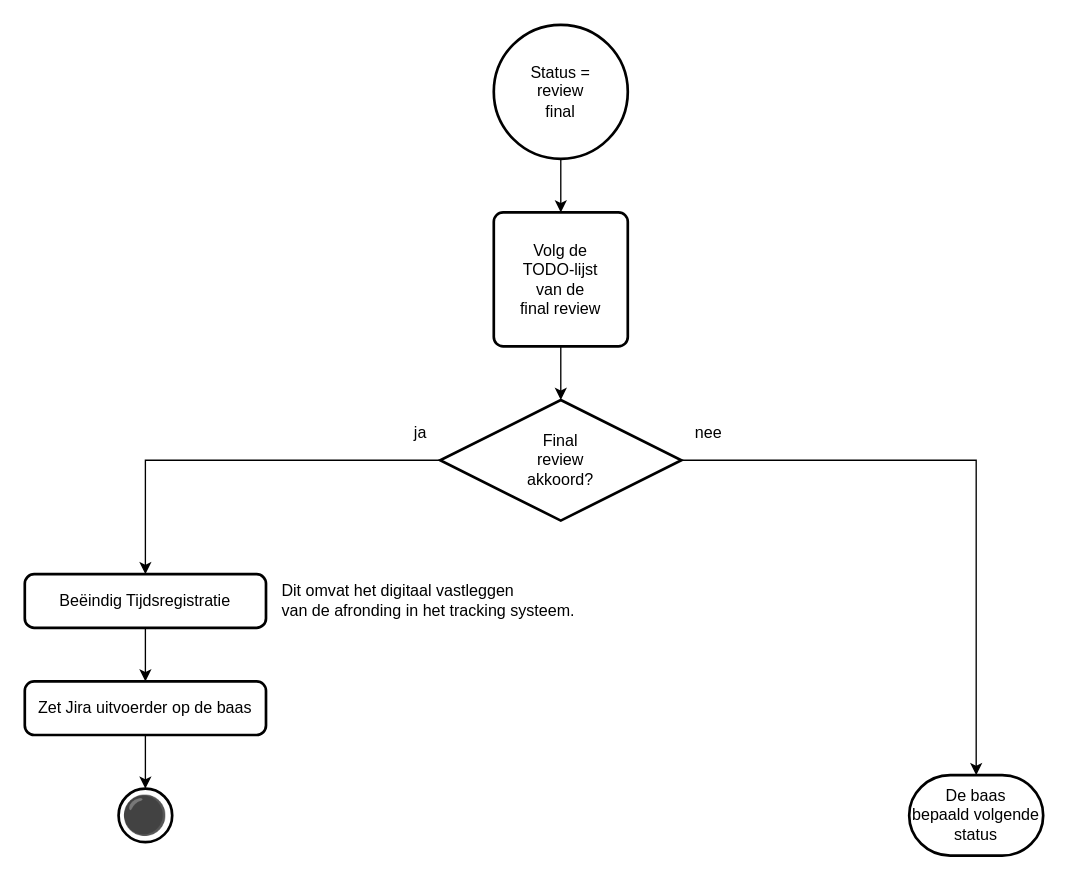
The draw.io diagram 3 Issue Tracker review.drawio in Zaibatsu89/IssueTracker, before the edit. Source tidied: cells renumbered, new cells numbered last; positions are measured from the earlier drawing's top-left corner, leaving out a move shared by most shapes. Both pictures are drawn from the tidied source at 134%, with x=0, y=0 at pixel (24, 24).
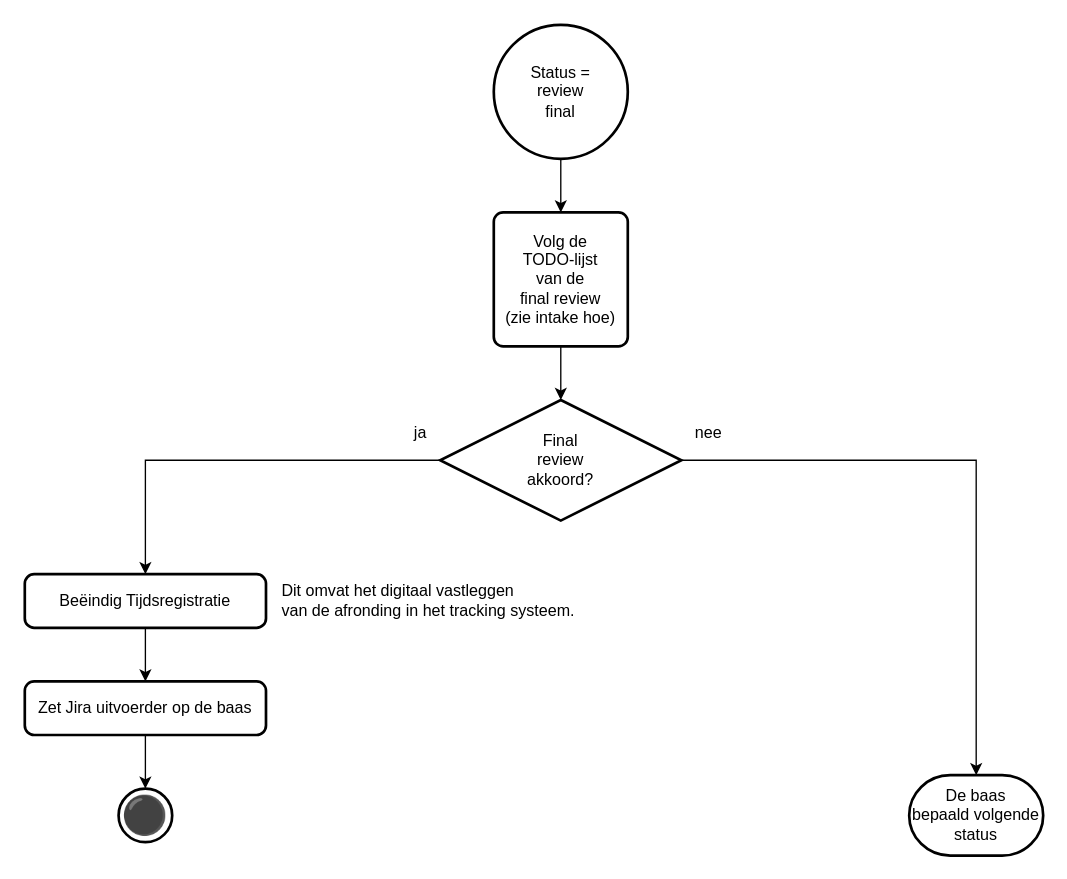
The same diagram, later.

Commit message (it also covers changes not shown here):
loop in loop: TODO-lijst + cheklijst

What changed in the source:
```diff
@@
 <mxGraphModel>
   <root>
     <mxCell id="0" />
     <mxCell id="1" parent="0" />
     <mxCell id="2" style="edgeStyle=orthogonalEdgeStyle;rounded=0;jettySize=auto;html=1;" parent="1" edge="1" source="3" target="17">
       <mxGeometry relative="1" as="geometry" />
     </mxCell>
     <mxCell id="3" value="Status =&lt;br&gt;review&lt;br&gt;final" style="strokeWidth=2;html=1;shape=mxgraph.flowchart.start_2;whiteSpace=wrap;" parent="1" vertex="1">
       <mxGeometry x="350" width="100" height="100" as="geometry" />
     </mxCell>
     <mxCell id="4" style="edgeStyle=orthogonalEdgeStyle;rounded=0;jettySize=auto;html=1;" parent="1" edge="1" source="5" target="8">
       <mxGeometry relative="1" as="geometry" />
     </mxCell>
     <mxCell id="5" value="Beëindig Tijdsregistratie" style="rounded=1;whiteSpace=wrap;html=1;absoluteArcSize=1;arcSize=14;strokeWidth=2;" parent="1" vertex="1">
       <mxGeometry y="410" width="180" height="40" as="geometry" />
     </mxCell>
     <mxCell id="6" value="⚫" style="strokeWidth=2;html=1;shape=mxgraph.flowchart.start_2;whiteSpace=wrap;fontSize=28;" parent="1" vertex="1">
       <mxGeometry x="70" y="570" width="40" height="40" as="geometry" />
     </mxCell>
     <mxCell id="7" style="edgeStyle=orthogonalEdgeStyle;rounded=0;jettySize=auto;html=1;" parent="1" edge="1" source="8" target="6">
       <mxGeometry relative="1" as="geometry" />
     </mxCell>
     <mxCell id="8" value="Zet Jira uitvoerder op de baas" style="rounded=1;whiteSpace=wrap;html=1;absoluteArcSize=1;arcSize=14;strokeWidth=2;" parent="1" vertex="1">
       <mxGeometry y="490" width="180" height="40" as="geometry" />
     </mxCell>
     <mxCell id="9" style="edgeStyle=orthogonalEdgeStyle;rounded=0;jettySize=auto;html=1;exitX=1;exitY=0.5;exitDx=0;exitDy=0;exitPerimeter=0;entryX=0.5;entryY=0;entryDx=0;entryDy=0;entryPerimeter=0;" parent="1" edge="1" source="11" target="15">
       <mxGeometry relative="1" as="geometry" />
     </mxCell>
     <mxCell id="10" style="edgeStyle=orthogonalEdgeStyle;rounded=0;jettySize=auto;html=1;entryX=0.5;entryY=0;entryDx=0;entryDy=0;" parent="1" edge="1" source="11" target="5">
       <mxGeometry relative="1" as="geometry" />
     </mxCell>
     <mxCell id="11" value="Final&lt;br&gt;review&lt;br&gt;akkoord?" style="strokeWidth=2;html=1;shape=mxgraph.flowchart.decision;whiteSpace=wrap;" parent="1" vertex="1">
       <mxGeometry x="310" y="280" width="180" height="90" as="geometry" />
     </mxCell>
     <mxCell id="12" value="nee" style="text;html=1;align=center;verticalAlign=middle;strokeColor=none;fillColor=none;" parent="1" vertex="1">
       <mxGeometry x="490" y="290" width="40" height="30" as="geometry" />
     </mxCell>
     <mxCell id="13" value="ja" style="text;html=1;align=center;verticalAlign=middle;strokeColor=none;fillColor=none;" parent="1" vertex="1">
       <mxGeometry x="280" y="290" width="30" height="30" as="geometry" />
     </mxCell>
     <mxCell id="14" value="Dit omvat het digitaal vastleggen&lt;br&gt;van de afronding in het tracking systeem." style="text;html=1;align=left;verticalAlign=middle;strokeColor=none;fillColor=none;" parent="1" vertex="1">
       <mxGeometry x="190" y="415" width="270" height="30" as="geometry" />
     </mxCell>
     <mxCell id="15" value="De baas&lt;br&gt;bepaald volgende&lt;br&gt;status" style="strokeWidth=2;html=1;shape=mxgraph.flowchart.terminator;whiteSpace=wrap;" parent="1" vertex="1">
       <mxGeometry x="660" y="560" width="100" height="60" as="geometry" />
     </mxCell>
     <mxCell id="16" style="edgeStyle=orthogonalEdgeStyle;rounded=0;jettySize=auto;html=1;" parent="1" edge="1" source="17" target="11">
       <mxGeometry relative="1" as="geometry" />
     </mxCell>
-    <mxCell id="17" value="Volg de&lt;br&gt;TODO-lijst&lt;br&gt;van de&lt;br&gt;final review" style="rounded=1;whiteSpace=wrap;html=1;absoluteArcSize=1;arcSize=14;strokeWidth=2;" parent="1" vertex="1">
+    <mxCell id="17" value="Volg de&lt;br&gt;TODO-lijst&lt;br&gt;van de&lt;br&gt;final review&lt;br&gt;(zie intake hoe)" style="rounded=1;whiteSpace=wrap;html=1;absoluteArcSize=1;arcSize=14;strokeWidth=2;" parent="1" vertex="1">
       <mxGeometry x="350" y="140" width="100" height="100" as="geometry" />
     </mxCell>
   </root>
 </mxGraphModel>
```
